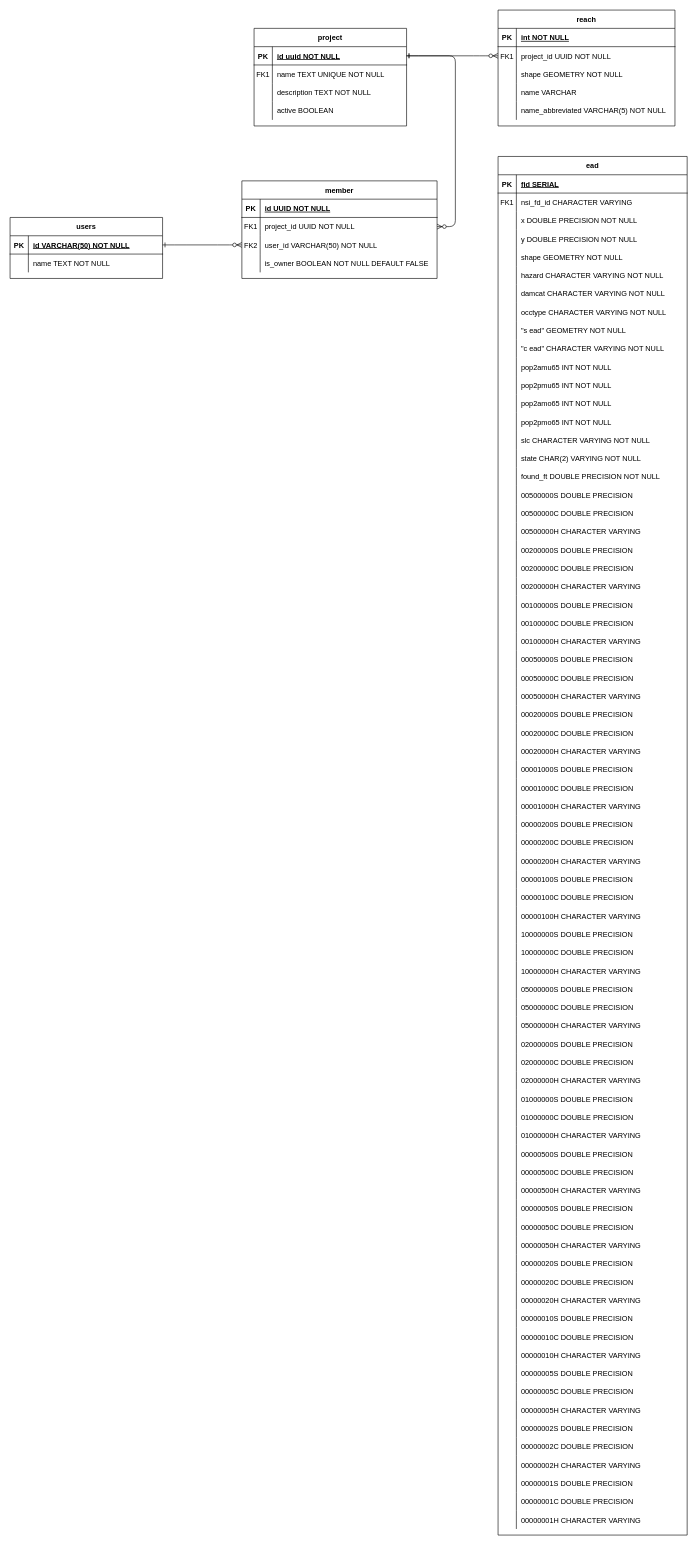
The draw.io diagram DB-ERD.drawio in USACE/chart-docs, before the edit. Source tidied: cells renumbered, new cells numbered last; positions are measured from the earlier drawing's top-left corner, leaving out a move shared by most shapes. Both pictures are drawn from the tidied source at 61%, with x=0, y=0 at pixel (10, 10).
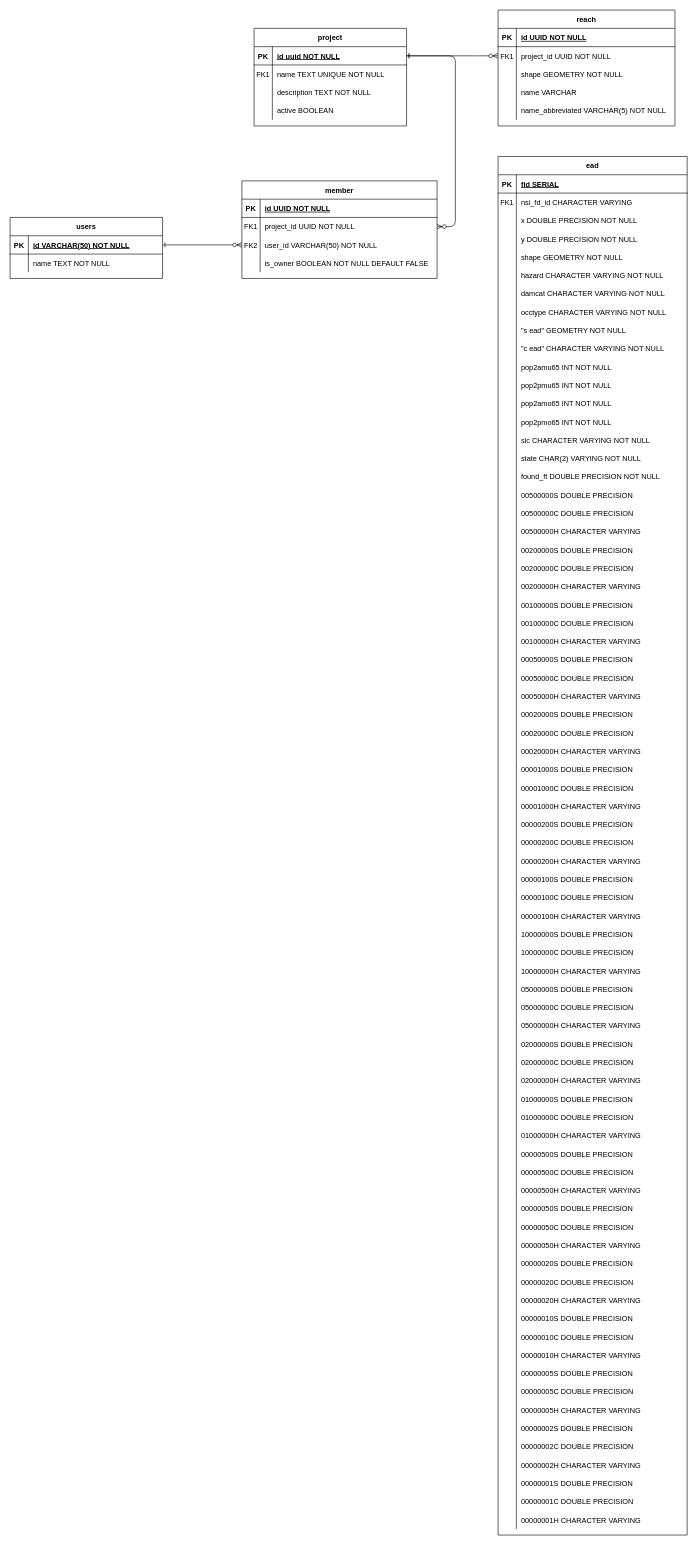
Above is the later version.

Unchanged cells that the change refers to:
```xml
<mxCell id="37" style="shape=partialRectangle;fillColor=none;top=0;left=0;right=0;bottom=1;" parent="36" vertex="1">
  <mxGeometry y="30" width="290" height="30" as="geometry" />
</mxCell>
```

What changed in the source:
```diff
@@
-    <mxCell id="39" value="int NOT NULL " style="shape=partialRectangle;overflow=hidden;fillColor=none;top=0;left=0;bottom=0;right=0;align=left;spacingLeft=6;fontStyle=5;" parent="37" vertex="1">
+    <mxCell id="39" value="id UUID NOT NULL " style="shape=partialRectangle;overflow=hidden;fillColor=none;top=0;left=0;bottom=0;right=0;align=left;spacingLeft=6;fontStyle=5;" parent="37" vertex="1">
       <mxGeometry x="30" width="260" height="30" as="geometry" />
     </mxCell>
```
